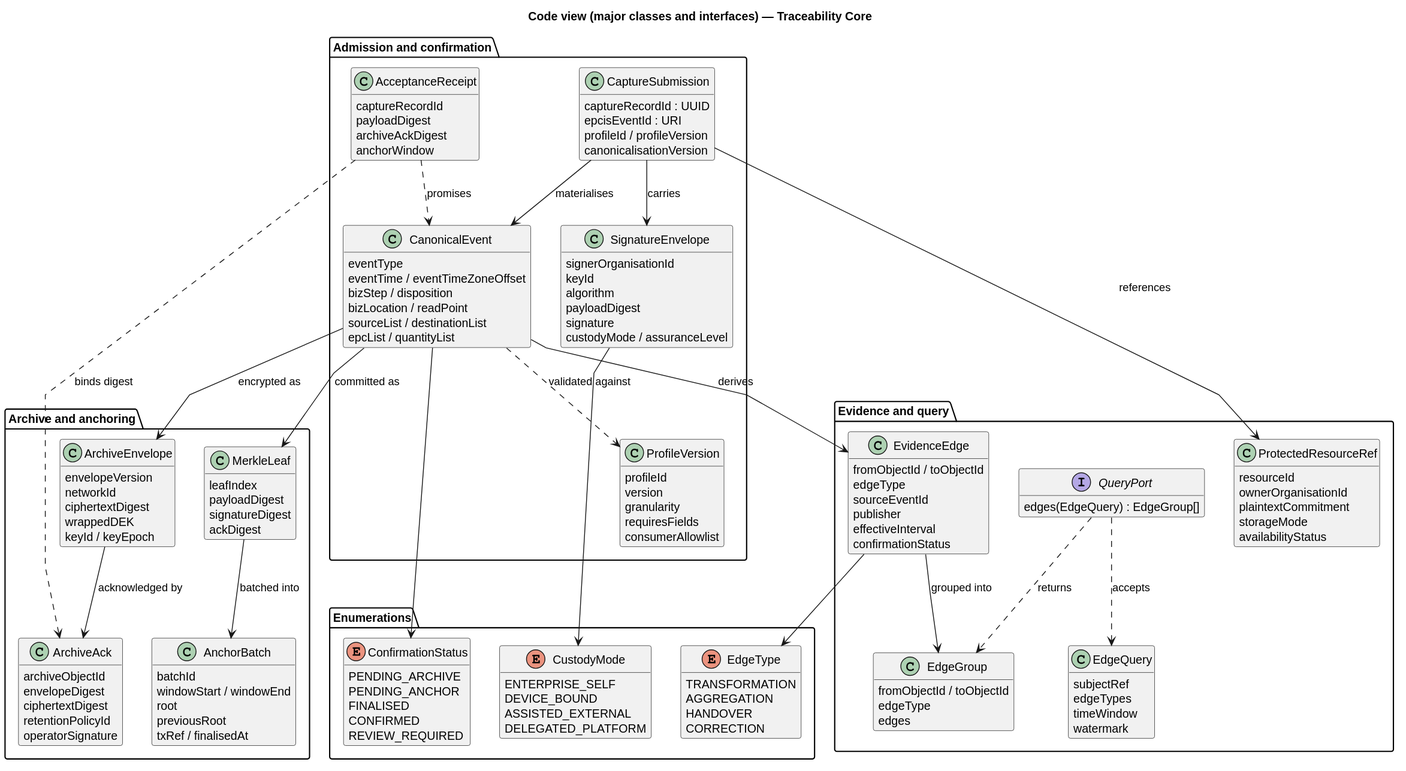
Before: docs/public/diagrams/core-code.svg, a diagram exported from PlantUML (kuangshen04/48433assignment).
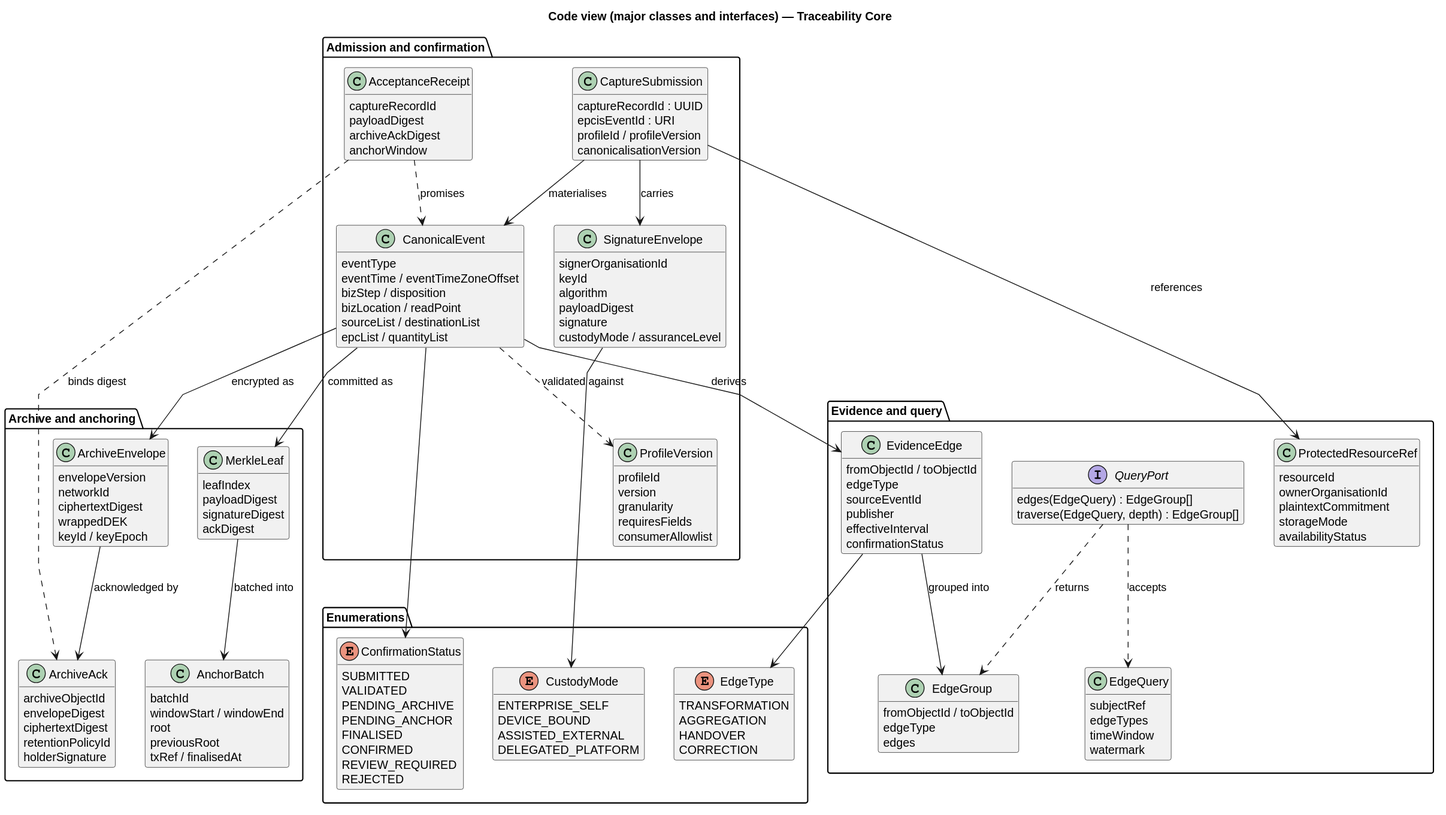
After the change.

Diff of the diagram source:
```diff
@@ -56,7 +56,7 @@
     envelopeDigest
     ciphertextDigest
     retentionPolicyId
-    operatorSignature
+    holderSignature
   }
   class MerkleLeaf {
     leafIndex
@@ -95,6 +95,7 @@
   }
   interface QueryPort {
     edges(EdgeQuery) : EdgeGroup[]
+    traverse(EdgeQuery, depth) : EdgeGroup[]
   }
   class ProtectedResourceRef {
     resourceId
@@ -107,11 +108,14 @@
 
 package "Enumerations" {
   enum ConfirmationStatus {
+    SUBMITTED
+    VALIDATED
     PENDING_ARCHIVE
     PENDING_ANCHOR
     FINALISED
     CONFIRMED
     REVIEW_REQUIRED
+    REJECTED
   }
   enum CustodyMode {
     ENTERPRISE_SELF
```
